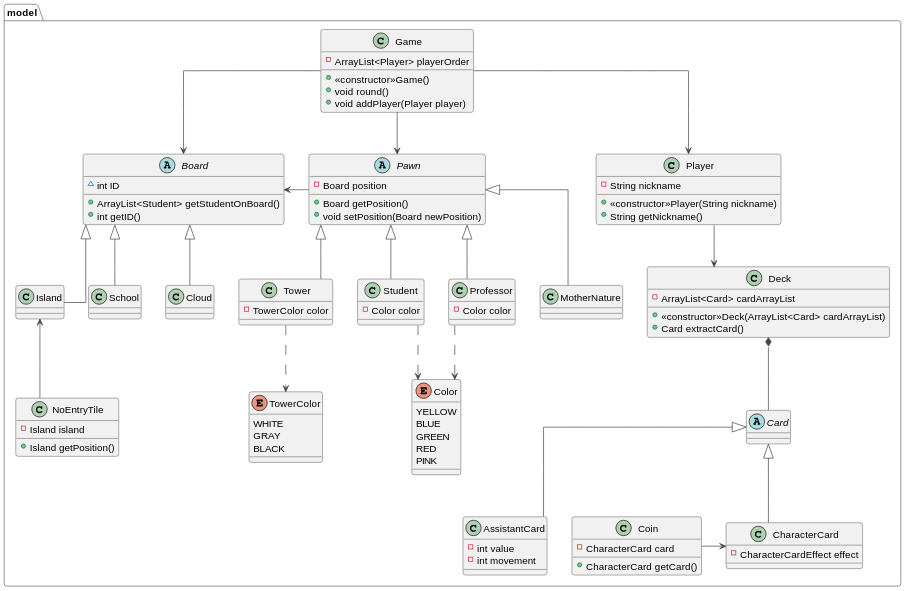
The PlantUML diagram uml/initial_uml.svg in nicolozambon/ing-sw-2022-sciarrabba-sironi-zambon, before a commit.
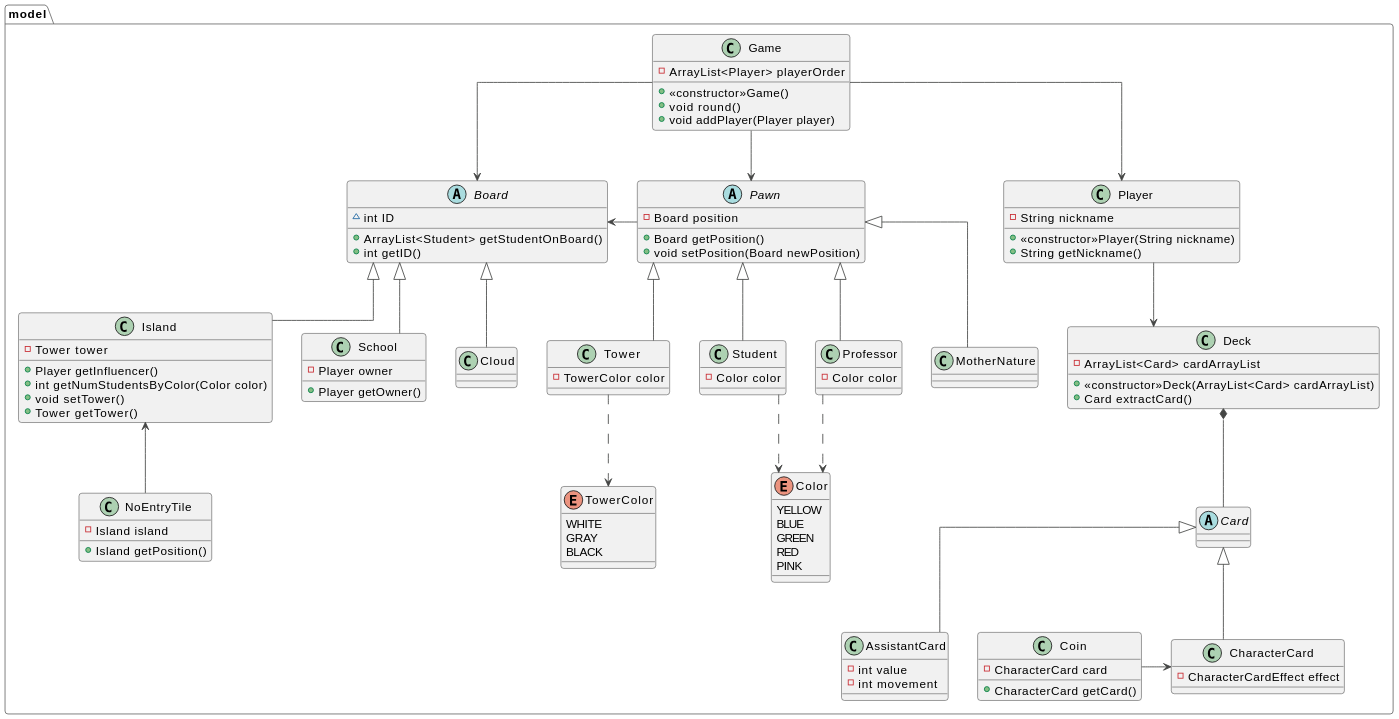
The same file after the commit.

Diff of the diagram source:
```diff
@@ -46,15 +46,19 @@
     }
 
     class Island {
-
+        - Tower tower
+        + Player getInfluencer()
+        + int getNumStudentsByColor(Color color)
+        + void setTower()
+        + Tower getTower()
     }
 
     class School {
-
+        - Player owner
+        + Player getOwner()
     }
 
     class Cloud {
-
     }
 
     class Professor {
```
